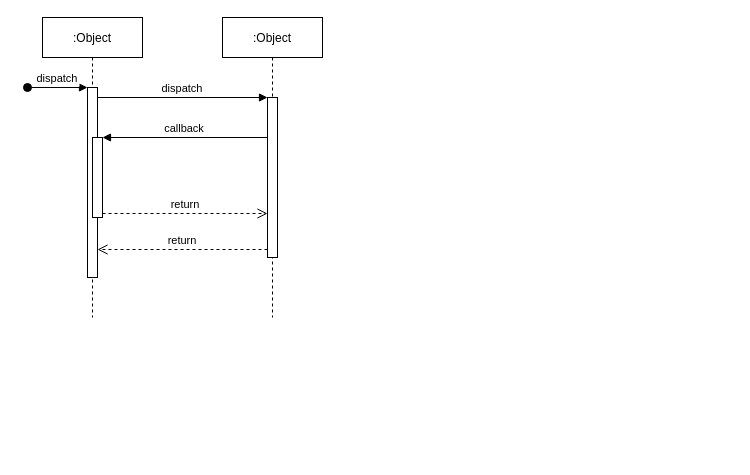
Above: Untitled Diagram.drawio in zengqiang24/StudyDemo (draw.io), before the change. Source tidied: cells renumbered, new cells numbered last; positions are measured from the earlier drawing's top-left corner, leaving out a move shared by most shapes. Both pictures are drawn from the tidied source at 100%, with x=0, y=0 at pixel (27, 17).
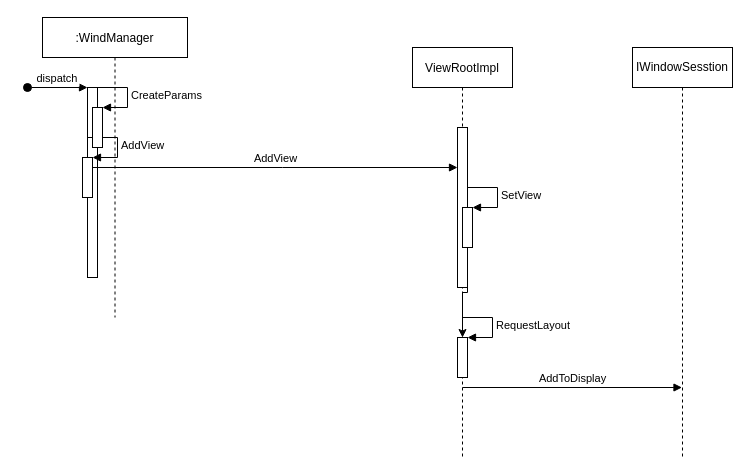
Above is the later version.

The change refers to these unchanged cells:
```xml
<mxCell id="3" style="points=[];perimeter=orthogonalPerimeter;rounded=0;shadow=0;strokeWidth=1;" parent="2" vertex="1">
  <mxGeometry x="45" y="70" width="10" height="190" as="geometry" />
</mxCell>
<mxCell id="7" style="points=[];perimeter=orthogonalPerimeter;rounded=0;shadow=0;strokeWidth=1;" parent="6" vertex="1">
  <mxGeometry x="45" y="80" width="10" height="160" as="geometry" />
</mxCell>
```

The edit, as a diff of the source:
```diff
@@
-    <mxCell id="2" value=":Object" style="shape=umlLifeline;perimeter=lifelinePerimeter;rounded=0;shadow=0;strokeWidth=1;" parent="1" vertex="1">
-      <mxGeometry x="15" width="100" height="300" as="geometry" />
+    <mxCell id="2" value=":WindManager" style="shape=umlLifeline;perimeter=lifelinePerimeter;rounded=0;shadow=0;strokeWidth=1;" parent="1" vertex="1">
+      <mxGeometry x="15" width="145" height="300" as="geometry" />
     </mxCell>
@@
-    <mxCell id="5" style="points=[];perimeter=orthogonalPerimeter;rounded=0;shadow=0;strokeWidth=1;" parent="2" vertex="1">
-      <mxGeometry x="50" y="120" width="10" height="80" as="geometry" />
-    </mxCell>
+    <mxCell id="12" style="html=1;points=[];perimeter=orthogonalPerimeter;" parent="2" vertex="1">
+      <mxGeometry x="40" y="140" width="10" height="40" as="geometry" />
+    </mxCell>
+    <mxCell id="13" value="AddView" style="edgeStyle=orthogonalEdgeStyle;html=1;align=left;spacingLeft=2;endArrow=block;rounded=0;entryX=1;entryY=0;" parent="2" edge="1" target="12">
+      <mxGeometry relative="1" as="geometry">
+        <mxPoint x="45" y="120" as="sourcePoint" />
+        <Array as="points">
+          <mxPoint x="75" y="120" />
+        </Array>
+      </mxGeometry>
+    </mxCell>
+    <mxCell id="14" value="AddView" style="html=1;verticalAlign=bottom;endArrow=block;rounded=0;" parent="2" edge="1" target="7">
+      <mxGeometry relative="1" as="geometry">
+        <mxPoint x="50" y="150" as="sourcePoint" />
+        <Array as="points">
+          <mxPoint x="240" y="150" />
+        </Array>
+      </mxGeometry>
+    </mxCell>
+    <mxCell id="15" style="html=1;points=[];perimeter=orthogonalPerimeter;" parent="2" vertex="1">
+      <mxGeometry x="50" y="90" width="10" height="40" as="geometry" />
+    </mxCell>
+    <mxCell id="16" value="CreateParams" style="edgeStyle=orthogonalEdgeStyle;html=1;align=left;spacingLeft=2;endArrow=block;rounded=0;entryX=1;entryY=0;" parent="2" edge="1" target="15">
+      <mxGeometry relative="1" as="geometry">
+        <mxPoint x="55" y="70" as="sourcePoint" />
+        <Array as="points">
+          <mxPoint x="85" y="70" />
+        </Array>
+      </mxGeometry>
+    </mxCell>
-    <mxCell id="6" value=":Object" style="shape=umlLifeline;perimeter=lifelinePerimeter;rounded=0;shadow=0;strokeWidth=1;" parent="1" vertex="1">
-      <mxGeometry x="195" width="100" height="300" as="geometry" />
+    <mxCell id="6" value="ViewRootImpl" style="shape=umlLifeline;perimeter=lifelinePerimeter;rounded=0;shadow=0;strokeWidth=1;" parent="1" vertex="1">
+      <mxGeometry x="385" y="30" width="100" height="410" as="geometry" />
     </mxCell>
@@
-    <mxCell id="8" value="return" style="verticalAlign=bottom;endArrow=open;dashed=1;endSize=8;exitX=0;exitY=0.95;shadow=0;strokeWidth=1;" parent="1" edge="1" source="7" target="3">
-      <mxGeometry relative="1" as="geometry" />
-    </mxCell>
-    <mxCell id="9" value="dispatch" style="verticalAlign=bottom;endArrow=block;entryX=0;entryY=0;shadow=0;strokeWidth=1;" parent="1" edge="1" source="3" target="7">
-      <mxGeometry relative="1" as="geometry" />
-    </mxCell>
-    <mxCell id="10" value="callback" style="verticalAlign=bottom;endArrow=block;entryX=1;entryY=0;shadow=0;strokeWidth=1;" parent="1" edge="1" source="7" target="5">
-      <mxGeometry relative="1" as="geometry" />
-    </mxCell>
-    <mxCell id="11" value="return" style="verticalAlign=bottom;endArrow=open;dashed=1;endSize=8;exitX=1;exitY=0.95;shadow=0;strokeWidth=1;" parent="1" edge="1" source="5" target="7">
-      <mxGeometry relative="1" as="geometry" />
-    </mxCell>
+    <mxCell id="17" style="edgeStyle=orthogonalEdgeStyle;rounded=0;jettySize=auto;html=1;" parent="6" edge="1" source="18" target="20">
+      <mxGeometry relative="1" as="geometry" />
+    </mxCell>
+    <mxCell id="18" style="html=1;points=[];perimeter=orthogonalPerimeter;" parent="6" vertex="1">
+      <mxGeometry x="50" y="160" width="10" height="40" as="geometry" />
+    </mxCell>
+    <mxCell id="19" value="SetView" style="edgeStyle=orthogonalEdgeStyle;html=1;align=left;spacingLeft=2;endArrow=block;rounded=0;entryX=1;entryY=0;" parent="6" edge="1" target="18">
+      <mxGeometry relative="1" as="geometry">
+        <mxPoint x="55" y="140" as="sourcePoint" />
+        <Array as="points">
+          <mxPoint x="85" y="140" />
+        </Array>
+      </mxGeometry>
+    </mxCell>
+    <mxCell id="20" style="html=1;points=[];perimeter=orthogonalPerimeter;" parent="6" vertex="1">
+      <mxGeometry x="45" y="290" width="10" height="40" as="geometry" />
+    </mxCell>
+    <mxCell id="21" value="RequestLayout" style="edgeStyle=orthogonalEdgeStyle;html=1;align=left;spacingLeft=2;endArrow=block;rounded=0;entryX=1;entryY=0;" parent="6" edge="1" target="20">
+      <mxGeometry relative="1" as="geometry">
+        <mxPoint x="50" y="270" as="sourcePoint" />
+        <Array as="points">
+          <mxPoint x="80" y="270" />
+        </Array>
+      </mxGeometry>
+    </mxCell>
+    <mxCell id="22" value="AddToDisplay" style="html=1;verticalAlign=bottom;endArrow=block;rounded=0;" parent="6" edge="1" target="23">
+      <mxGeometry relative="1" as="geometry">
+        <mxPoint x="50" y="340" as="sourcePoint" />
+      </mxGeometry>
+    </mxCell>
+    <mxCell id="23" value="IWindowSesstion" style="shape=umlLifeline;perimeter=lifelinePerimeter;whiteSpace=wrap;html=1;outlineConnect=0;" parent="1" vertex="1">
+      <mxGeometry x="605" y="30" width="100" height="410" as="geometry" />
+    </mxCell>
```
